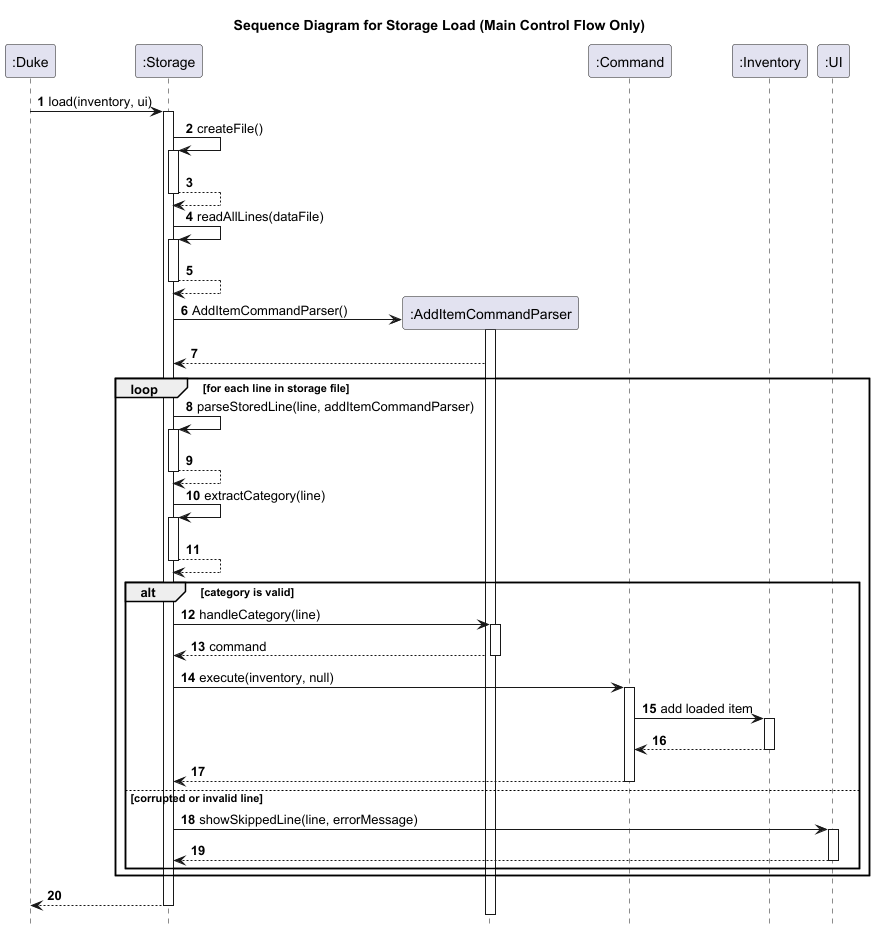
Earlier version of the PlantUML export docs/diagrams/StorageLoadingMainFlow.png (yueyang1111/tp). Source of this version:
```plantuml
@startuml
title Sequence Diagram for Storage Load (Main Control Flow Only)

autonumber
hide footbox

participant ":Duke" as Duke
participant ":Storage" as Storage
participant ":AddItemCommandParser" as AddItemCommandParser
participant ":Command" as Command
participant ":Inventory" as Inventory
participant ":UI" as UI

Duke -> Storage: load(inventory, ui)
activate Storage

Storage -> Storage: createFile()
activate Storage
Storage --> Storage
deactivate Storage

Storage -> Storage: readAllLines(dataFile)
activate Storage
Storage --> Storage
deactivate Storage

create AddItemCommandParser
Storage -> AddItemCommandParser: AddItemCommandParser()
activate AddItemCommandParser
AddItemCommandParser --> Storage

loop for each line in storage file
    Storage -> Storage: parseStoredLine(line, addItemCommandParser)
    activate Storage
    Storage --> Storage
    deactivate Storage

    Storage -> Storage: extractCategory(line)
    activate Storage
    Storage --> Storage
    deactivate Storage

    alt category is valid
        Storage -> AddItemCommandParser: handleCategory(line)
        activate AddItemCommandParser
        AddItemCommandParser --> Storage: command
        deactivate AddItemCommandParser

        Storage -> Command: execute(inventory, null)
        activate Command
        Command -> Inventory: add loaded item
        activate Inventory
        Inventory --> Command
        deactivate Inventory
        Command --> Storage
        deactivate Command
    else corrupted or invalid line
        Storage -> UI: showSkippedLine(line, errorMessage)
        activate UI
        UI --> Storage
        deactivate UI
    end
end

Storage --> Duke
deactivate Storage

@enduml
```
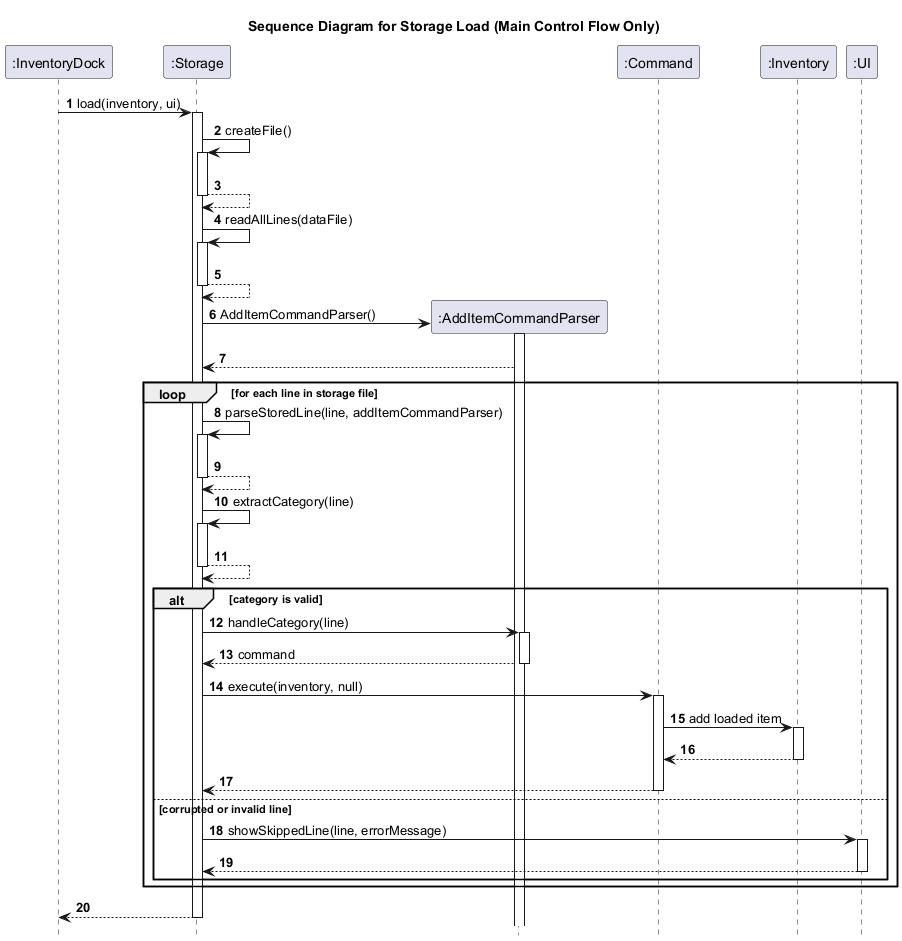
Above is the later version.

What changed in the source:
```diff
@@ -4,14 +4,14 @@
 autonumber
 hide footbox
 
-participant ":Duke" as Duke
+participant ":InventoryDock" as InventoryDock
 participant ":Storage" as Storage
 participant ":AddItemCommandParser" as AddItemCommandParser
 participant ":Command" as Command
 participant ":Inventory" as Inventory
 participant ":UI" as UI
 
-Duke -> Storage: load(inventory, ui)
+InventoryDock -> Storage: load(inventory, ui)
 activate Storage
 
 Storage -> Storage: createFile()
@@ -62,7 +62,7 @@
     end
 end
 
-Storage --> Duke
+Storage --> InventoryDock
 deactivate Storage
 
 @enduml
```
